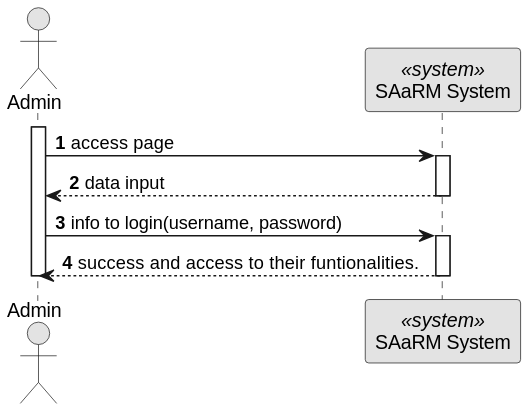
Ana-Miguel-Silva/SurgicalAppointmentAndResourceManagement keeps this PlantUML diagram as docs/BackofficeModule/7.2.3/sequence-diagram-1.svg. Above is the earlier version.
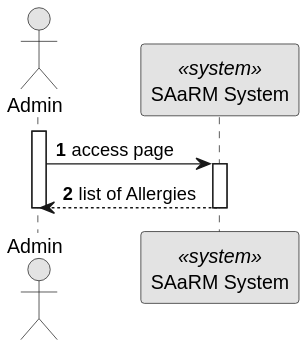
After the change.

The edit, as a diff of the source:
```diff
@@ -11,11 +11,7 @@
 activate AD
 AD -> SYS: access page
 activate SYS
-SYS --> AD : data input
-deactivate SYS
-AD -> SYS : info to login(username, password)
-activate SYS
-SYS --> AD : success and access to their funtionalities.
+SYS --> AD : list of Allergies
 
 deactivate SYS
 
```
